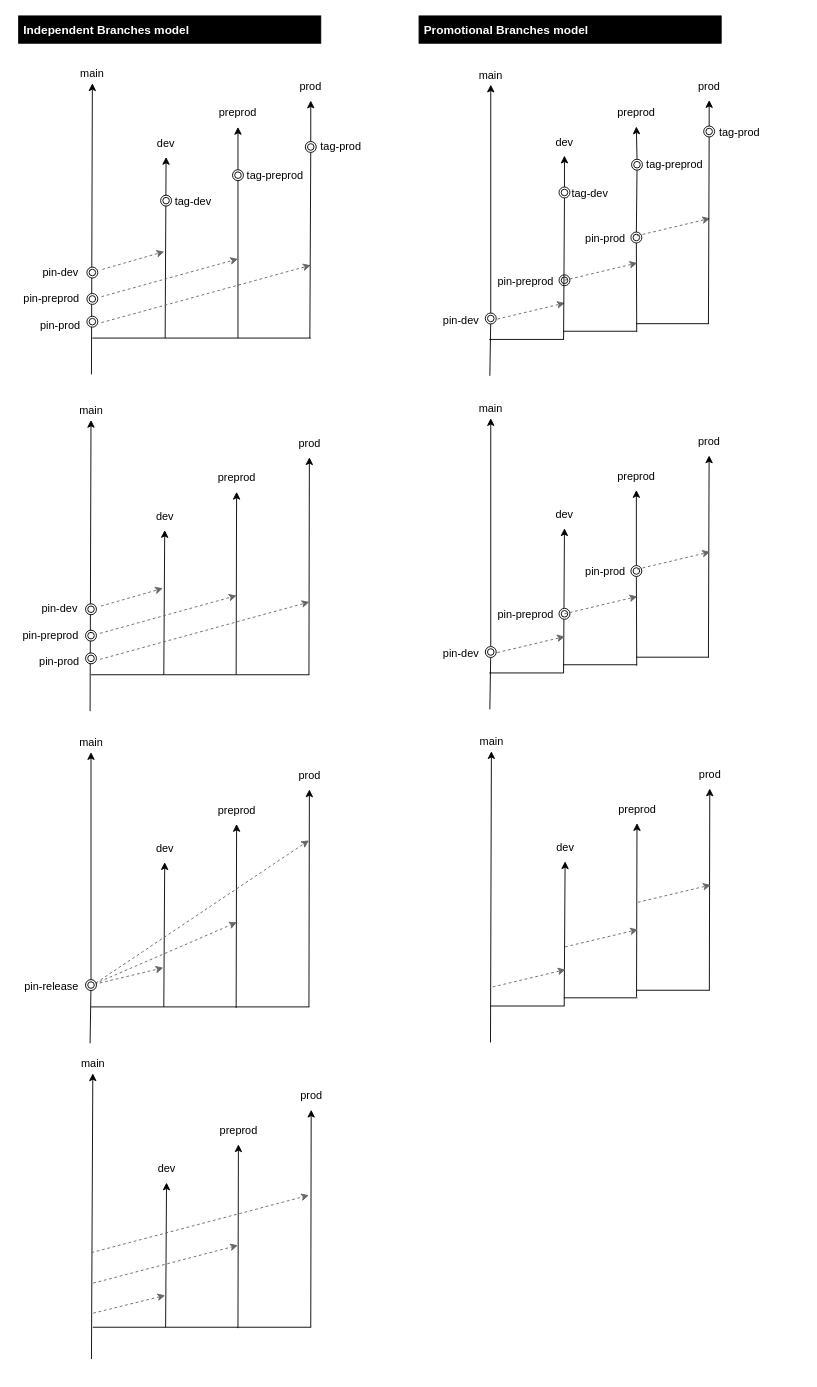
Earlier version of the draw.io diagram git/git-branch-tag-models.drawio (fabianlee/blogcode). Source tidied: cells renumbered, new cells numbered last; positions are measured from the earlier drawing's top-left corner, leaving out a move shared by most shapes. Both pictures are drawn from the tidied source at 91%, with x=0, y=0 at pixel (15, 15).
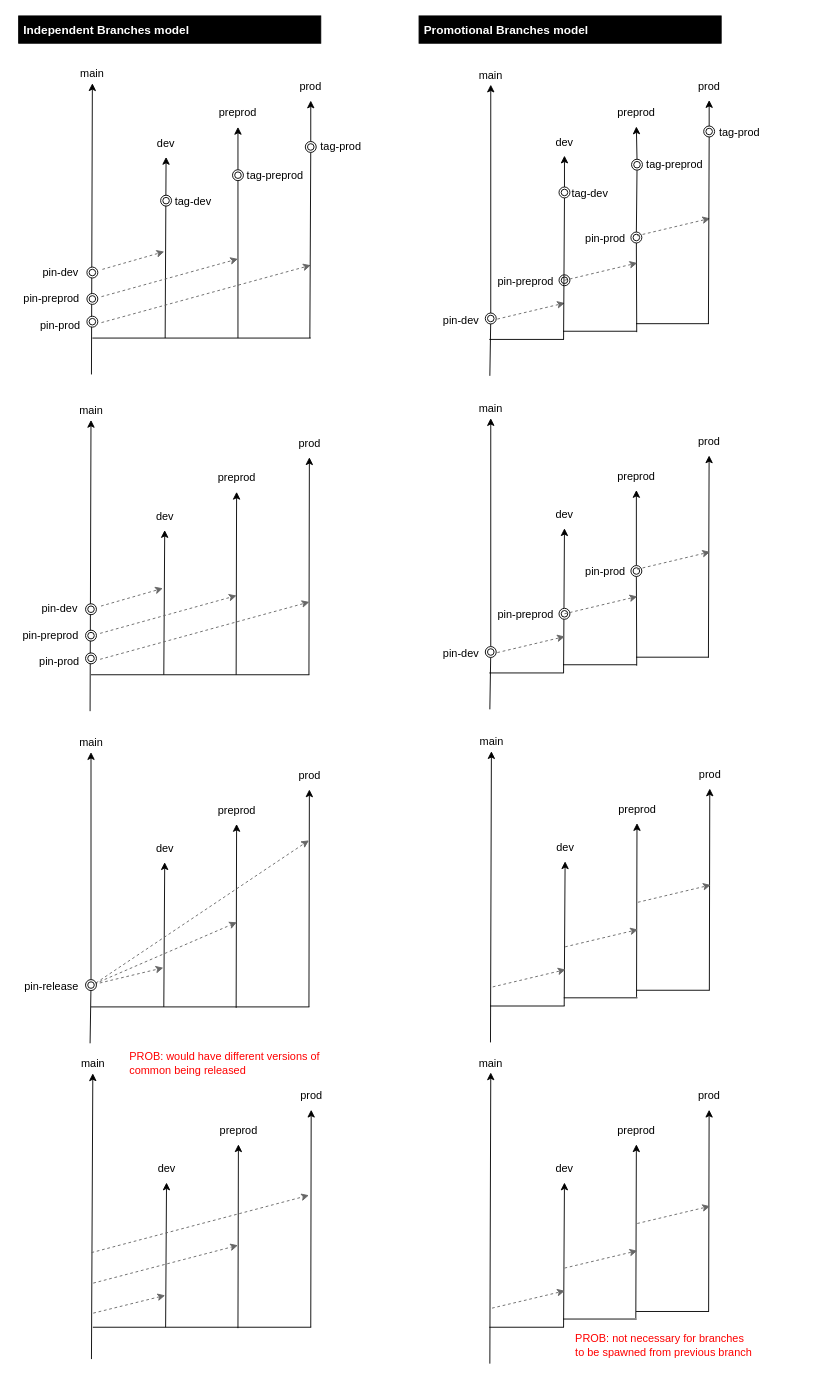
The same diagram, later.

Change to the diagram source:
```diff
@@
+    <mxCell id="142" style="endArrow=classic;html=1;rounded=0;startArrow=none;" parent="1" edge="1">
+      <mxGeometry relative="1" as="geometry">
+        <mxPoint x="521.8" y="1481" as="sourcePoint" />
+        <mxPoint x="522.8" y="1161" as="targetPoint" />
+      </mxGeometry>
+    </mxCell>
+    <mxCell id="143" style="endArrow=classic;html=1;rounded=0;entryX=0.5;entryY=1;entryDx=0;entryDy=0;" parent="1" edge="1" target="147">
+      <mxGeometry relative="1" as="geometry">
+        <mxPoint x="602.8" y="1441" as="sourcePoint" />
+      </mxGeometry>
+    </mxCell>
+    <mxCell id="144" value="main" style="text;strokeColor=none;align=center;fillColor=none;html=1;verticalAlign=middle;whiteSpace=wrap;rounded=0;" parent="1" vertex="1">
+      <mxGeometry x="492.8" y="1136" width="60" height="30" as="geometry" />
+    </mxCell>
+    <mxCell id="145" style="endArrow=classic;html=1;rounded=0;entryX=0.5;entryY=1;entryDx=0;entryDy=0;startArrow=none;" parent="1" edge="1" target="148">
+      <mxGeometry relative="1" as="geometry">
+        <mxPoint x="682.2" y="1431" as="sourcePoint" />
+      </mxGeometry>
+    </mxCell>
+    <mxCell id="146" style="endArrow=classic;html=1;rounded=0;startArrow=none;" parent="1" edge="1" target="149">
+      <mxGeometry relative="1" as="geometry">
+        <mxPoint x="762.2" y="1424" as="sourcePoint" />
+      </mxGeometry>
+    </mxCell>
+    <mxCell id="147" value="dev" style="text;strokeColor=none;align=center;fillColor=none;html=1;verticalAlign=middle;whiteSpace=wrap;rounded=0;" parent="1" vertex="1">
+      <mxGeometry x="573.8" y="1252" width="60" height="30" as="geometry" />
+    </mxCell>
+    <mxCell id="148" value="preprod" style="text;strokeColor=none;align=center;fillColor=none;html=1;verticalAlign=middle;whiteSpace=wrap;rounded=0;" parent="1" vertex="1">
+      <mxGeometry x="652.8" y="1210" width="60" height="30" as="geometry" />
+    </mxCell>
+    <mxCell id="149" value="prod" style="text;strokeColor=none;align=center;fillColor=none;html=1;verticalAlign=middle;whiteSpace=wrap;rounded=0;" parent="1" vertex="1">
+      <mxGeometry x="732.8" y="1172" width="60" height="30" as="geometry" />
+    </mxCell>
+    <mxCell id="150" style="endArrow=classic;html=1;rounded=0;dashed=1;fillColor=#f5f5f5;strokeColor=#666666;" parent="1" edge="1">
+      <mxGeometry relative="1" as="geometry">
+        <mxPoint x="524.2" y="1420" as="sourcePoint" />
+        <mxPoint x="604.2" y="1401" as="targetPoint" />
+      </mxGeometry>
+    </mxCell>
+    <mxCell id="151" style="endArrow=classic;html=1;rounded=0;dashed=1;fillColor=#f5f5f5;strokeColor=#666666;" parent="1" edge="1">
+      <mxGeometry relative="1" as="geometry">
+        <mxPoint x="603.8" y="1376" as="sourcePoint" />
+        <mxPoint x="683.8" y="1357" as="targetPoint" />
+      </mxGeometry>
+    </mxCell>
+    <mxCell id="152" style="endArrow=classic;html=1;rounded=0;dashed=1;fillColor=#f5f5f5;strokeColor=#666666;" parent="1" edge="1">
+      <mxGeometry relative="1" as="geometry">
+        <mxPoint x="683.8" y="1327" as="sourcePoint" />
+        <mxPoint x="763.8" y="1308" as="targetPoint" />
+      </mxGeometry>
+    </mxCell>
+    <mxCell id="153" style="endArrow=none;html=1;rounded=0;fontSize=13;fontColor=#FFFFFF;" parent="1" edge="1">
+      <mxGeometry relative="1" as="geometry">
+        <mxPoint x="521.2" y="1441" as="sourcePoint" />
+        <mxPoint x="603.2" y="1441" as="targetPoint" />
+      </mxGeometry>
+    </mxCell>
+    <mxCell id="154" style="endArrow=none;html=1;rounded=0;fontSize=13;fontColor=#FFFFFF;" parent="1" edge="1">
+      <mxGeometry relative="1" as="geometry">
+        <mxPoint x="602.2" y="1432" as="sourcePoint" />
+        <mxPoint x="683.2" y="1432" as="targetPoint" />
+      </mxGeometry>
+    </mxCell>
+    <mxCell id="155" style="endArrow=none;html=1;rounded=0;fontSize=13;fontColor=#FFFFFF;" parent="1" edge="1">
+      <mxGeometry relative="1" as="geometry">
+        <mxPoint x="682.5" y="1423.7" as="sourcePoint" />
+        <mxPoint x="762.5" y="1423.7" as="targetPoint" />
+      </mxGeometry>
+    </mxCell>
+    <mxCell id="156" value="PROB: would have different versions of common being released" style="text;strokeColor=none;align=left;fillColor=none;html=1;verticalAlign=middle;whiteSpace=wrap;rounded=0;fontColor=#FF0000;" parent="1" vertex="1">
+      <mxGeometry x="124" y="1136" width="250" height="30" as="geometry" />
+    </mxCell>
+    <mxCell id="157" value="&lt;div&gt;PROB: not necessary for branches&lt;/div&gt;&lt;div&gt;to be spawned from previous branch&lt;br&gt;&lt;/div&gt;" style="text;strokeColor=none;align=left;fillColor=none;html=1;verticalAlign=middle;whiteSpace=wrap;rounded=0;fontColor=#FF0000;" parent="1" vertex="1">
+      <mxGeometry x="614" y="1446" width="250" height="30" as="geometry" />
+    </mxCell>
```
